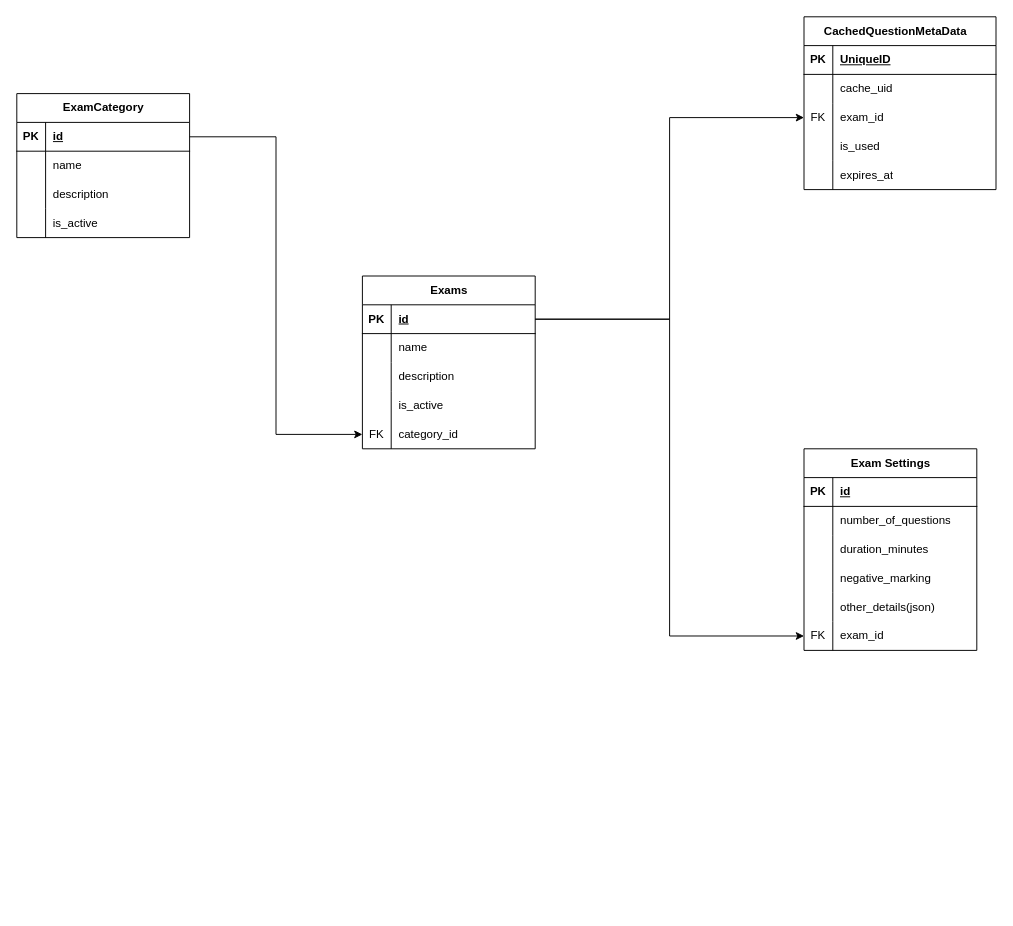
Earlier version of the draw.io diagram page "db schema" (4 of 4) of docs/retest.drawio (Anexca/project-kota). Source tidied: cells renumbered, new cells numbered last; positions are measured from the earlier drawing's top-left corner, leaving out a move shared by most shapes. Both pictures are drawn from the tidied source at 96%, with x=0, y=0 at pixel (16, 16).
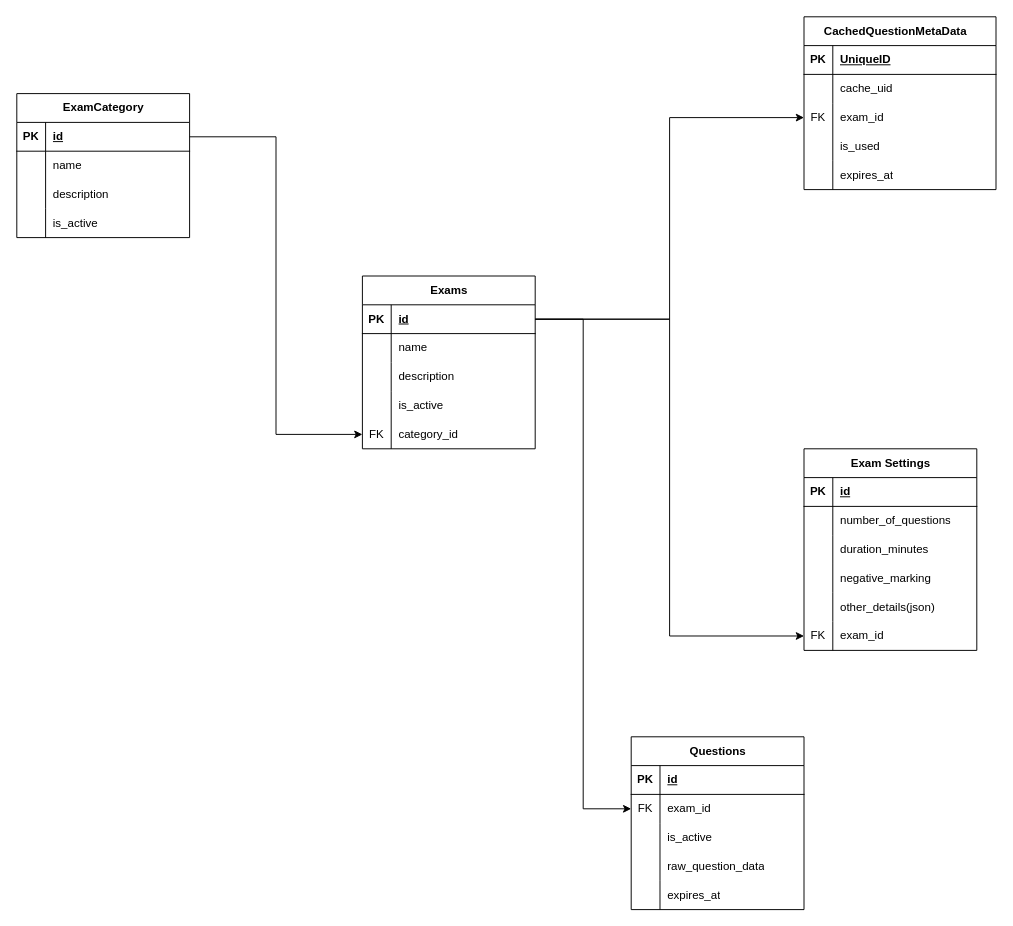
After the change.

Commit message (it also covers changes not shown here):
add db schema for questions table

The change refers to these unchanged cells:
```xml
<mxCell id="16" style="shape=tableRow;horizontal=0;startSize=0;swimlaneHead=0;swimlaneBody=0;fillColor=none;points=[[0,0.5],[1,0.5]];portConstraint=eastwest;top=0;left=0;right=0;bottom=1;" parent="15" vertex="1">
  <mxGeometry y="30" width="180" height="30" as="geometry" />
</mxCell>
```

Diff of the diagram source:
```diff
@@
+    <mxCell id="69" value="Questions" style="shape=table;startSize=30;childLayout=tableLayout;rowLines=0;fontStyle=1;align=center;html=1;" parent="1" vertex="1">
+      <mxGeometry x="640" y="750" width="180" height="180" as="geometry" />
+    </mxCell>
+    <mxCell id="70" style="shape=tableRow;horizontal=0;startSize=0;swimlaneHead=0;swimlaneBody=0;fillColor=none;top=0;left=0;right=0;bottom=1;" parent="69" vertex="1">
+      <mxGeometry y="30" width="180" height="30" as="geometry" />
+    </mxCell>
+    <mxCell id="71" value="PK" style="shape=partialRectangle;fillColor=none;top=0;left=0;bottom=0;right=0;fontStyle=1;overflow=hidden;whiteSpace=wrap;html=1;" parent="70" vertex="1">
+      <mxGeometry width="30" height="30" as="geometry" />
+    </mxCell>
+    <mxCell id="72" value="id" style="shape=partialRectangle;fillColor=none;top=0;left=0;bottom=0;right=0;align=left;spacingLeft=6;fontStyle=5;overflow=hidden;whiteSpace=wrap;html=1;" parent="70" vertex="1">
+      <mxGeometry x="30" width="150" height="30" as="geometry" />
+    </mxCell>
+    <mxCell id="73" style="shape=tableRow;horizontal=0;startSize=0;swimlaneHead=0;swimlaneBody=0;fillColor=none;points=[[0,0.5],[1,0.5]];portConstraint=eastwest;top=0;left=0;right=0;bottom=0;" parent="69" vertex="1">
+      <mxGeometry y="60" width="180" height="30" as="geometry" />
+    </mxCell>
+    <mxCell id="74" value="FK" style="shape=partialRectangle;fillColor=none;top=0;left=0;bottom=0;right=0;overflow=hidden;whiteSpace=wrap;html=1;" parent="73" vertex="1">
+      <mxGeometry width="30" height="30" as="geometry" />
+    </mxCell>
+    <mxCell id="75" value="exam_id" style="shape=partialRectangle;fillColor=none;top=0;left=0;bottom=0;right=0;align=left;spacingLeft=6;overflow=hidden;whiteSpace=wrap;html=1;" parent="73" vertex="1">
+      <mxGeometry x="30" width="150" height="30" as="geometry" />
+    </mxCell>
+    <mxCell id="76" style="shape=tableRow;horizontal=0;startSize=0;swimlaneHead=0;swimlaneBody=0;fillColor=none;top=0;left=0;right=0;bottom=0;" parent="69" vertex="1">
+      <mxGeometry y="90" width="180" height="30" as="geometry" />
+    </mxCell>
+    <mxCell id="77" style="shape=partialRectangle;fillColor=none;top=0;left=0;bottom=0;right=0;overflow=hidden;whiteSpace=wrap;html=1;" parent="76" vertex="1">
+      <mxGeometry width="30" height="30" as="geometry" />
+    </mxCell>
+    <mxCell id="78" value="is_active" style="shape=partialRectangle;fillColor=none;top=0;left=0;bottom=0;right=0;align=left;spacingLeft=6;overflow=hidden;whiteSpace=wrap;html=1;" parent="76" vertex="1">
+      <mxGeometry x="30" width="150" height="30" as="geometry" />
+    </mxCell>
+    <mxCell id="79" style="shape=tableRow;horizontal=0;startSize=0;swimlaneHead=0;swimlaneBody=0;fillColor=none;top=0;left=0;right=0;bottom=0;" parent="69" vertex="1">
+      <mxGeometry y="120" width="180" height="30" as="geometry" />
+    </mxCell>
+    <mxCell id="80" style="shape=partialRectangle;fillColor=none;top=0;left=0;bottom=0;right=0;overflow=hidden;whiteSpace=wrap;html=1;" parent="79" vertex="1">
+      <mxGeometry width="30" height="30" as="geometry" />
+    </mxCell>
+    <mxCell id="81" value="raw_question_data" style="shape=partialRectangle;fillColor=none;top=0;left=0;bottom=0;right=0;align=left;spacingLeft=6;overflow=hidden;whiteSpace=wrap;html=1;" parent="79" vertex="1">
+      <mxGeometry x="30" width="150" height="30" as="geometry" />
+    </mxCell>
+    <mxCell id="82" style="shape=tableRow;horizontal=0;startSize=0;swimlaneHead=0;swimlaneBody=0;fillColor=none;top=0;left=0;right=0;bottom=0;" parent="69" vertex="1">
+      <mxGeometry y="150" width="180" height="30" as="geometry" />
+    </mxCell>
+    <mxCell id="83" style="shape=partialRectangle;fillColor=none;top=0;left=0;bottom=0;right=0;overflow=hidden;whiteSpace=wrap;html=1;" parent="82" vertex="1">
+      <mxGeometry width="30" height="30" as="geometry" />
+    </mxCell>
+    <mxCell id="84" value="expires_at" style="shape=partialRectangle;fillColor=none;top=0;left=0;bottom=0;right=0;align=left;spacingLeft=6;overflow=hidden;whiteSpace=wrap;html=1;" parent="82" vertex="1">
+      <mxGeometry x="30" width="150" height="30" as="geometry" />
+    </mxCell>
+    <mxCell id="85" style="edgeStyle=orthogonalEdgeStyle;rounded=0;jettySize=auto;html=1;" parent="1" edge="1" source="16" target="73">
+      <mxGeometry relative="1" as="geometry" />
+    </mxCell>
```
